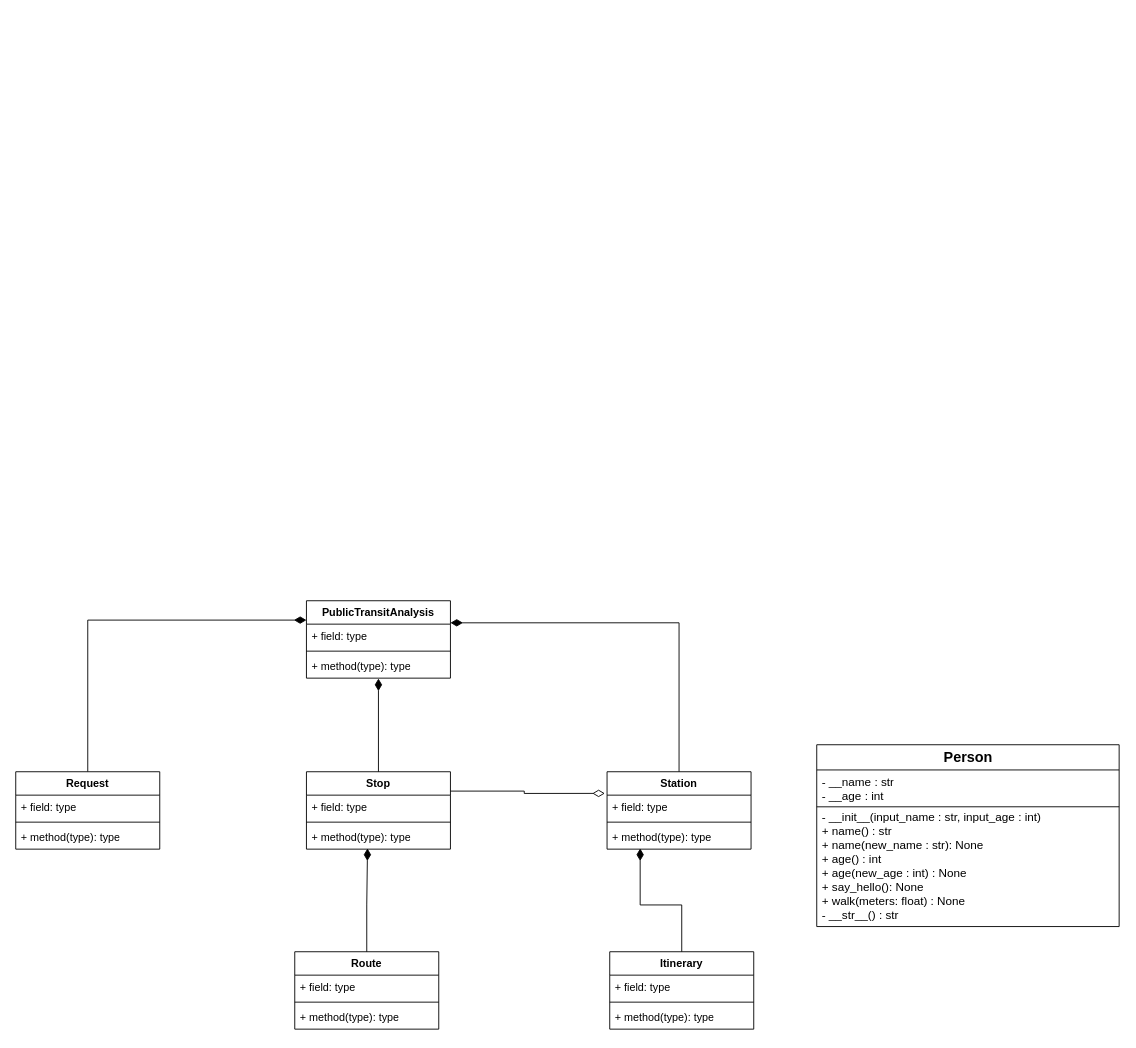
ThanDerJoren/Bachelor_UML keeps this draw.io diagram as Person_UML.drawio. Above is the earlier version. Source tidied: cells renumbered, new cells numbered last; positions are measured from the earlier drawing's top-left corner, leaving out a move shared by most shapes. Both pictures are drawn from the tidied source at 90%, with x=0, y=0 at pixel (15, 600).
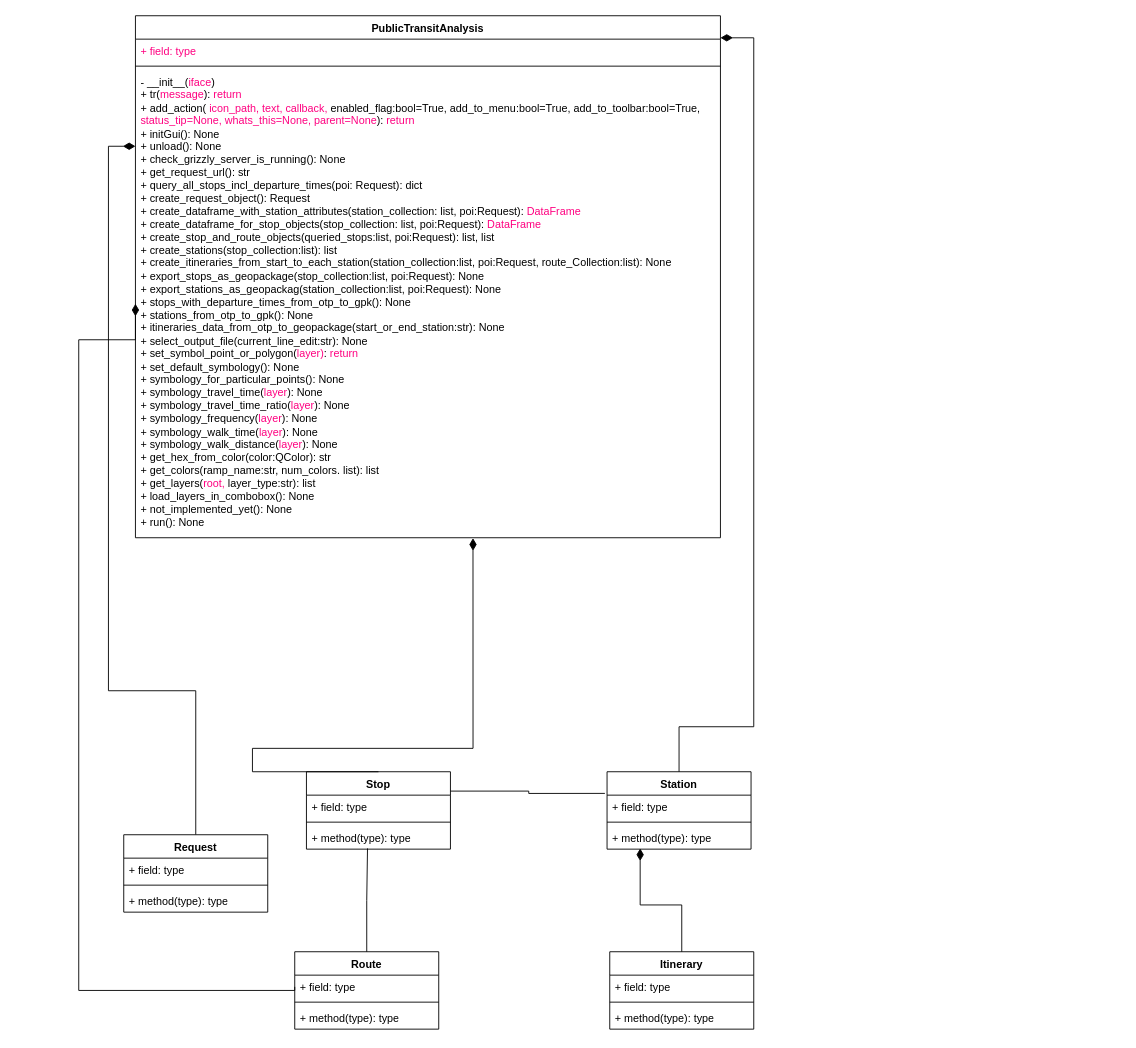
After the change.

Unchanged cells that the change refers to:
```xml
<mxCell id="10" value="Station" style="swimlane;fontStyle=1;align=center;verticalAlign=top;horizontal=1;startSize=26;whiteSpace=wrap;html=1;" parent="1" vertex="1">
  <mxGeometry x="657" y="190" width="160" height="86" as="geometry" />
</mxCell>
<mxCell id="11" value="+ field: type" style="text;strokeColor=none;fillColor=none;align=left;verticalAlign=top;spacingLeft=4;spacingRight=4;overflow=hidden;points=[[0,0.5],[1,0.5]];portConstraint=eastwest;whiteSpace=wrap;html=1;" parent="10" vertex="1">
  <mxGeometry y="26" width="160" height="26" as="geometry" />
</mxCell>
<mxCell id="14" value="Stop" style="swimlane;fontStyle=1;align=center;verticalAlign=top;horizontal=1;startSize=26;whiteSpace=wrap;html=1;" parent="1" vertex="1">
  <mxGeometry x="323" y="190" width="160" height="86" as="geometry" />
</mxCell>
<mxCell id="17" value="+ method(type): type" style="text;strokeColor=none;fillColor=none;align=left;verticalAlign=top;spacingLeft=4;spacingRight=4;overflow=hidden;points=[[0,0.5],[1,0.5]];portConstraint=eastwest;whiteSpace=wrap;html=1;" parent="14" vertex="1">
  <mxGeometry y="60" width="160" height="26" as="geometry" />
</mxCell>
<mxCell id="27" value="Route" style="swimlane;fontStyle=1;align=center;verticalAlign=top;horizontal=1;startSize=26;whiteSpace=wrap;html=1;" parent="1" vertex="1">
  <mxGeometry x="310" y="390" width="160" height="86" as="geometry" />
</mxCell>
<mxCell id="28" value="+ field: type" style="text;strokeColor=none;fillColor=none;align=left;verticalAlign=top;spacingLeft=4;spacingRight=4;overflow=hidden;points=[[0,0.5],[1,0.5]];portConstraint=eastwest;whiteSpace=wrap;html=1;" parent="27" vertex="1">
  <mxGeometry y="26" width="160" height="26" as="geometry" />
</mxCell>
```

The edit, as a diff of the source:
```diff
@@
-    <mxCell id="2" value="Person" style="swimlane;fontStyle=1;align=center;verticalAlign=middle;horizontal=1;startSize=28;fontSize=16;html=1;" parent="1" vertex="1">
-      <mxGeometry x="890" y="160" width="336" height="202" as="geometry" />
-    </mxCell>
-    <mxCell id="3" value="- __name : str&lt;br&gt;- __age : int" style="text;strokeColor=none;fillColor=none;align=left;verticalAlign=middle;spacingLeft=4;spacingRight=4;overflow=hidden;points=[[0,0.5],[1,0.5]];portConstraint=eastwest;fontSize=13;html=1;strokeWidth=1;" parent="2" vertex="1">
-      <mxGeometry y="28" width="336" height="41" as="geometry" />
-    </mxCell>
-    <mxCell id="4" style="endArrow=none;html=1;rounded=0;exitX=0;exitY=0.999;exitDx=0;exitDy=0;exitPerimeter=0;entryX=1;entryY=0.998;entryDx=0;entryDy=0;entryPerimeter=0;" parent="2" edge="1" source="3" target="3">
-      <mxGeometry relative="1" as="geometry" />
-    </mxCell>
-    <mxCell id="5" value="- __init__(input_name : str, input_age : int)&lt;br&gt;+ name() : str&lt;br&gt;+ name(new_name : str): None&lt;br&gt;+ age() : int&lt;br&gt;+ age(new_age : int) : None&lt;br&gt;&lt;div&gt;+ say_hello(): None&lt;/div&gt;&lt;div&gt;+ walk(meters: float) : None&lt;/div&gt;&lt;div&gt;- __str__() : str&lt;/div&gt;" style="text;strokeColor=none;fillColor=none;align=left;verticalAlign=middle;spacingLeft=4;spacingRight=4;overflow=hidden;fontSize=13;labelBackgroundColor=none;spacingTop=-2;html=1;" parent="2" vertex="1">
-      <mxGeometry y="69" width="336" height="133" as="geometry" />
-    </mxCell>
     <mxCell id="6" value="PublicTransitAnalysis" style="swimlane;fontStyle=1;align=center;verticalAlign=top;horizontal=1;startSize=26;whiteSpace=wrap;html=1;" parent="1" vertex="1">
-      <mxGeometry x="323" width="160" height="86" as="geometry" />
+      <mxGeometry x="133" y="-650" width="650" height="580" as="geometry" />
     </mxCell>
-    <mxCell id="7" value="+ field: type" style="text;strokeColor=none;fillColor=none;align=left;verticalAlign=top;spacingLeft=4;spacingRight=4;overflow=hidden;points=[[0,0.5],[1,0.5]];portConstraint=eastwest;whiteSpace=wrap;html=1;" parent="6" vertex="1">
-      <mxGeometry y="26" width="160" height="26" as="geometry" />
+    <mxCell id="7" value="&lt;font color=&quot;#ff0080&quot;&gt;+ field: type&lt;/font&gt;" style="text;strokeColor=none;fillColor=none;align=left;verticalAlign=top;spacingLeft=4;spacingRight=4;overflow=hidden;points=[[0,0.5],[1,0.5]];portConstraint=eastwest;whiteSpace=wrap;html=1;" parent="6" vertex="1">
+      <mxGeometry y="26" width="650" height="26" as="geometry" />
     </mxCell>
     <mxCell id="8" style="line;strokeWidth=1;fillColor=none;align=left;verticalAlign=middle;spacingTop=-1;spacingLeft=3;spacingRight=3;labelPosition=right;strokeColor=inherit;" parent="6" vertex="1">
-      <mxGeometry y="52" width="160" height="8" as="geometry" />
+      <mxGeometry y="52" width="650" height="8" as="geometry" />
     </mxCell>
-    <mxCell id="9" value="+ method(type): type" style="text;strokeColor=none;fillColor=none;align=left;verticalAlign=top;spacingLeft=4;spacingRight=4;overflow=hidden;points=[[0,0.5],[1,0.5]];portConstraint=eastwest;whiteSpace=wrap;html=1;" parent="6" vertex="1">
-      <mxGeometry y="60" width="160" height="26" as="geometry" />
+    <mxCell id="9" value="&lt;div&gt;- __init__(&lt;font color=&quot;#ff0080&quot;&gt;iface&lt;/font&gt;)&lt;/div&gt;&lt;div&gt;+ tr(&lt;font color=&quot;#ff0080&quot;&gt;message&lt;/font&gt;): &lt;font color=&quot;#ff0080&quot;&gt;return&lt;/font&gt;&lt;br&gt;&lt;/div&gt;&lt;div&gt;+ add_action( &lt;font color=&quot;#ff0080&quot;&gt;icon_path, text, callback,&lt;/font&gt; enabled_flag:bool=True, add_to_menu:bool=True, add_to_toolbar:bool=True, &lt;font color=&quot;#ff0080&quot;&gt;status_tip=None, whats_this=None, parent=None&lt;/font&gt;): &lt;font color=&quot;#ff0080&quot;&gt;return&lt;/font&gt;&lt;/div&gt;&lt;div&gt;+ initGui(): None&lt;/div&gt;&lt;div&gt;+ unload(): None&lt;/div&gt;&lt;div&gt;+ check_grizzly_server_is_running(): None&lt;/div&gt;&lt;div&gt;+ get_request_url(): str&lt;/div&gt;&lt;div&gt;+ query_all_stops_incl_departure_times(poi: Request): dict&lt;/div&gt;&lt;div&gt;+ create_request_object(): Request&lt;/div&gt;&lt;div&gt;+ create_dataframe_with_station_attributes(station_collection: list, poi:Request): &lt;font color=&quot;#ff0080&quot;&gt;DataFrame&lt;/font&gt;&lt;/div&gt;&lt;div&gt;+ create_dataframe_for_stop_objects(stop_collection: list, poi:Request): &lt;font color=&quot;#ff0080&quot;&gt;DataFrame&lt;/font&gt;&lt;/div&gt;&lt;div&gt;+ create_stop_and_route_objects(queried_stops:list, poi:Request): list, list&lt;/div&gt;&lt;div&gt;+ create_stations(stop_collection:list): list&lt;/div&gt;&lt;div&gt;+ create_itineraries_from_start_to_each_station(station_collection:list, poi:Request, route_Collection:list): None&lt;br&gt;&lt;/div&gt;&lt;div&gt;+ export_stops_as_geopackage(stop_collection:list, poi:Request): None&lt;/div&gt;&lt;div&gt;+ export_stations_as_geopackag(station_collection:list, poi:Request): None&lt;/div&gt;&lt;div&gt;+ stops_with_departure_times_from_otp_to_gpk(): None&lt;/div&gt;&lt;div&gt;+ stations_from_otp_to_gpk(): None&lt;/div&gt;&lt;div&gt;+ itineraries_data_from_otp_to_geopackage(start_or_end_station:str): None&lt;/div&gt;&lt;div&gt;+ select_output_file(current_line_edit:str): None&lt;/div&gt;&lt;div&gt;+ set_symbol_point_or_polygon(&lt;font color=&quot;#ff0080&quot;&gt;layer)&lt;/font&gt;: &lt;font color=&quot;#ff0080&quot;&gt;return&lt;/font&gt;&lt;br&gt;&lt;/div&gt;&lt;div&gt;+ set_default_symbology(): None&lt;/div&gt;&lt;div&gt;+ symbology_for_particular_points(): None&lt;/div&gt;&lt;div&gt;+ symbology_travel_time(&lt;font color=&quot;#ff0080&quot;&gt;layer&lt;/font&gt;): None&lt;/div&gt;&lt;div&gt;+ symbology_travel_time_ratio(&lt;font color=&quot;#ff0080&quot;&gt;layer&lt;/font&gt;): None&lt;/div&gt;&lt;div&gt;+ symbology_frequency(&lt;font color=&quot;#ff0080&quot;&gt;layer&lt;/font&gt;): None &lt;br&gt;&lt;/div&gt;&lt;div&gt;+ symbology_walk_time(&lt;font color=&quot;#ff0080&quot;&gt;layer&lt;/font&gt;): None&lt;/div&gt;&lt;div&gt;+ symbology_walk_distance(&lt;font color=&quot;#ff0080&quot;&gt;layer&lt;/font&gt;): None&lt;/div&gt;&lt;div&gt;+ get_hex_from_color(color:QColor): str&lt;/div&gt;&lt;div&gt;+ get_colors(ramp_name:str, num_colors. list): list&lt;/div&gt;&lt;div&gt;+ get_layers(&lt;font color=&quot;#ff0080&quot;&gt;root, &lt;/font&gt;layer_type:str): list&lt;/div&gt;&lt;div&gt;+ load_layers_in_combobox(): None&lt;/div&gt;&lt;div&gt;+ not_implemented_yet(): None &lt;br&gt;&lt;/div&gt;&lt;div&gt;+ run(): None&lt;br&gt;&lt;/div&gt;&lt;div&gt;&lt;br&gt;&lt;br&gt;&lt;br&gt;&lt;/div&gt;&lt;div&gt;&lt;br&gt;&lt;/div&gt;&lt;div&gt;&lt;br&gt;&lt;br&gt;&lt;br&gt;&lt;/div&gt;&lt;div&gt;&lt;br&gt;&lt;/div&gt;&lt;div&gt;&lt;br&gt;&lt;/div&gt;" style="text;strokeColor=none;fillColor=none;align=left;verticalAlign=top;spacingLeft=4;spacingRight=4;overflow=hidden;points=[[0,0.5],[1,0.5]];portConstraint=eastwest;whiteSpace=wrap;html=1;" parent="6" vertex="1">
+      <mxGeometry y="60" width="650" height="520" as="geometry" />
     </mxCell>
@@
     <mxCell id="19" value="Request" style="swimlane;fontStyle=1;align=center;verticalAlign=top;horizontal=1;startSize=26;whiteSpace=wrap;html=1;" parent="1" vertex="1">
-      <mxGeometry y="190" width="160" height="86" as="geometry" />
+      <mxGeometry x="120" y="260" width="160" height="86" as="geometry" />
     </mxCell>
@@
-    <mxCell id="31" style="edgeStyle=orthogonalEdgeStyle;rounded=0;jettySize=auto;html=1;exitX=0.5;exitY=0;exitDx=0;exitDy=0;entryX=0.5;entryY=1.016;entryDx=0;entryDy=0;entryPerimeter=0;endArrow=diamondThin;endFill=1;endSize=11;" parent="1" edge="1" source="14" target="9">
-      <mxGeometry relative="1" as="geometry" />
+    <mxCell id="31" style="edgeStyle=orthogonalEdgeStyle;rounded=0;jettySize=auto;html=1;exitX=0.5;exitY=0;exitDx=0;exitDy=0;entryX=0.577;entryY=1.001;entryDx=0;entryDy=0;entryPerimeter=0;endArrow=diamondThin;endFill=1;endSize=11;" parent="1" edge="1" source="14" target="9">
+      <mxGeometry relative="1" as="geometry">
+        <Array as="points">
+          <mxPoint x="263" y="164" />
+          <mxPoint x="508" y="164" />
+        </Array>
+      </mxGeometry>
     </mxCell>
     <mxCell id="32" style="edgeStyle=orthogonalEdgeStyle;rounded=0;jettySize=auto;html=1;exitX=0.5;exitY=0;exitDx=0;exitDy=0;entryX=1;entryY=-0.057;entryDx=0;entryDy=0;entryPerimeter=0;endArrow=diamondThin;endFill=1;endSize=11;" parent="1" edge="1" source="10" target="7">
-      <mxGeometry relative="1" as="geometry" />
+      <mxGeometry relative="1" as="geometry">
+        <Array as="points">
+          <mxPoint x="737" y="140" />
+          <mxPoint x="820" y="140" />
+          <mxPoint x="820" y="-625" />
+        </Array>
+      </mxGeometry>
     </mxCell>
-    <mxCell id="33" style="edgeStyle=orthogonalEdgeStyle;rounded=0;jettySize=auto;html=1;exitX=1;exitY=0.25;exitDx=0;exitDy=0;entryX=-0.015;entryY=-0.075;entryDx=0;entryDy=0;entryPerimeter=0;endArrow=diamondThin;endFill=0;endSize=11;" parent="1" edge="1" source="14" target="11">
+    <mxCell id="33" style="edgeStyle=orthogonalEdgeStyle;rounded=0;jettySize=auto;html=1;exitX=1;exitY=0.25;exitDx=0;exitDy=0;entryX=-0.015;entryY=-0.075;entryDx=0;entryDy=0;entryPerimeter=0;endArrow=none;endFill=0;endSize=11;" parent="1" edge="1" source="14" target="11">
       <mxGeometry relative="1" as="geometry" />
     </mxCell>
@@
-    <mxCell id="35" style="edgeStyle=orthogonalEdgeStyle;rounded=0;jettySize=auto;html=1;exitX=0.5;exitY=0;exitDx=0;exitDy=0;entryX=0.424;entryY=0.969;entryDx=0;entryDy=0;entryPerimeter=0;endArrow=diamondThin;endFill=1;endSize=11;" parent="1" edge="1" source="27" target="17">
+    <mxCell id="35" style="edgeStyle=orthogonalEdgeStyle;rounded=0;jettySize=auto;html=1;exitX=0.5;exitY=0;exitDx=0;exitDy=0;entryX=0.424;entryY=0.969;entryDx=0;entryDy=0;entryPerimeter=0;endArrow=none;endFill=0;endSize=11;" parent="1" edge="1" source="27" target="17">
       <mxGeometry relative="1" as="geometry" />
     </mxCell>
+    <mxCell id="36" style="edgeStyle=orthogonalEdgeStyle;rounded=0;jettySize=auto;html=1;exitX=0;exitY=0.5;exitDx=0;exitDy=0;entryX=0;entryY=0.5;entryDx=0;entryDy=0;endArrow=diamondThin;endFill=1;endSize=11;" parent="1" edge="1" source="28" target="9">
+      <mxGeometry relative="1" as="geometry">
+        <Array as="points">
+          <mxPoint x="310" y="433" />
+          <mxPoint x="70" y="433" />
+          <mxPoint x="70" y="-290" />
+        </Array>
+      </mxGeometry>
+    </mxCell>
```
